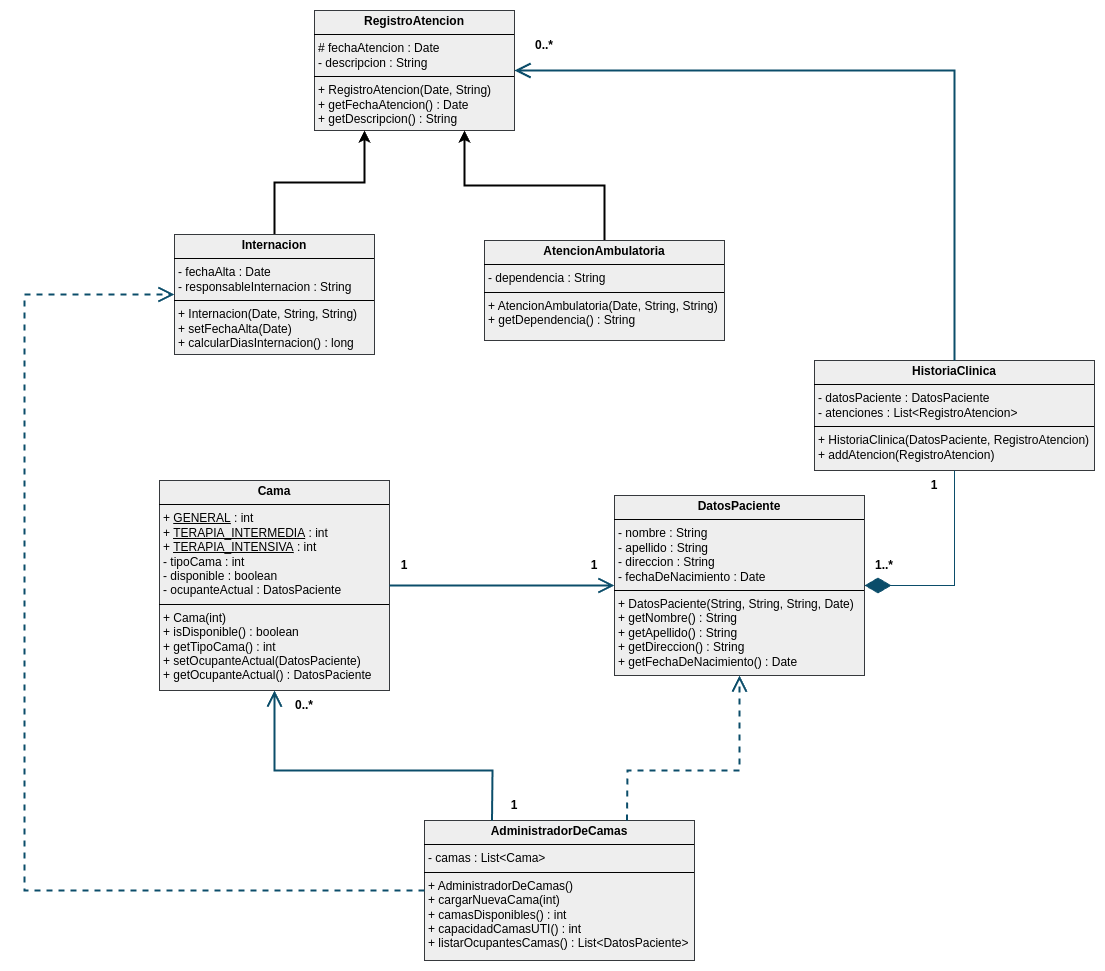
nachoperna/Metodologias-de-Desarrollo-de-Software keeps this draw.io diagram as TP - Diagrama de Clases/Ej11/Ej11.drawio.png. Above is the earlier version. Source tidied: cells renumbered, new cells last; positions are measured from the earlier drawing's top-left corner, leaving out a move shared by most shapes.
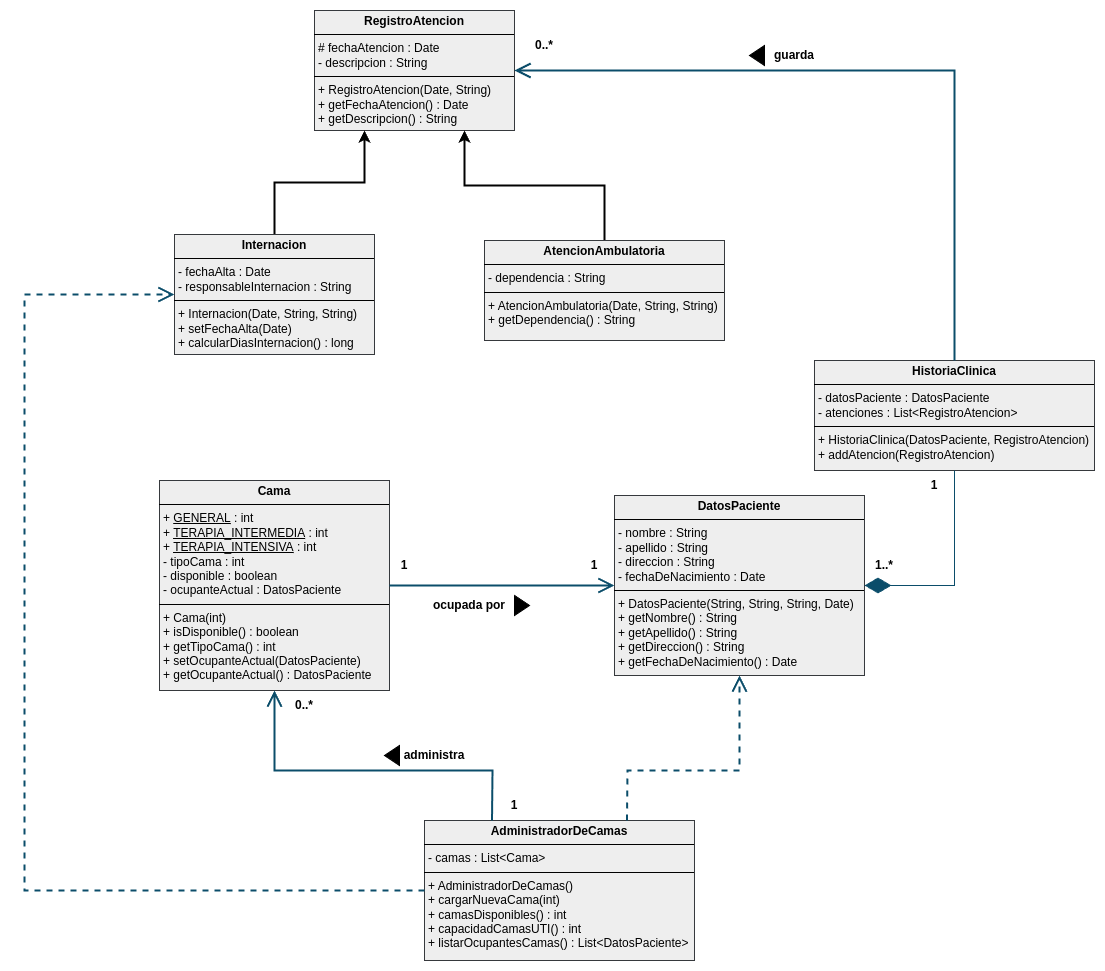
Above is the later version.

Commit message:
ej11 con adornos

What changed in the source:
```diff
@@ -92,5 +92,23 @@
     <mxCell id="23" value="&lt;b&gt;0..*&lt;/b&gt;" style="text;strokeColor=none;align=center;fillColor=none;html=1;verticalAlign=middle;whiteSpace=wrap;rounded=0;" parent="1" vertex="1">
       <mxGeometry x="490" y="20" width="60" height="30" as="geometry" />
     </mxCell>
+    <mxCell id="24" value="&lt;b&gt;guarda&lt;/b&gt;" style="text;strokeColor=none;align=center;fillColor=none;html=1;verticalAlign=middle;whiteSpace=wrap;rounded=0;" parent="1" vertex="1">
+      <mxGeometry x="740" y="30" width="60" height="30" as="geometry" />
+    </mxCell>
+    <mxCell id="25" style="triangle;whiteSpace=wrap;html=1;fillColor=#000000;rotation=-180;" parent="1" vertex="1">
+      <mxGeometry x="725" y="35" width="15" height="20" as="geometry" />
+    </mxCell>
+    <mxCell id="26" value="&lt;b&gt;ocupada por&lt;/b&gt;" style="text;strokeColor=none;align=center;fillColor=none;html=1;verticalAlign=middle;whiteSpace=wrap;rounded=0;" parent="1" vertex="1">
+      <mxGeometry x="400" y="580" width="90" height="30" as="geometry" />
+    </mxCell>
+    <mxCell id="27" style="triangle;whiteSpace=wrap;html=1;fillColor=#000000;rotation=0;" parent="1" vertex="1">
+      <mxGeometry x="490" y="585" width="15" height="20" as="geometry" />
+    </mxCell>
+    <mxCell id="28" value="&lt;b&gt;administra&lt;/b&gt;" style="text;strokeColor=none;align=center;fillColor=none;html=1;verticalAlign=middle;whiteSpace=wrap;rounded=0;" parent="1" vertex="1">
+      <mxGeometry x="380" y="730" width="60" height="30" as="geometry" />
+    </mxCell>
+    <mxCell id="29" style="triangle;whiteSpace=wrap;html=1;fillColor=#000000;rotation=-180;" parent="1" vertex="1">
+      <mxGeometry x="360" y="735" width="15" height="20" as="geometry" />
+    </mxCell>
   </root>
 </mxGraphModel>
```
